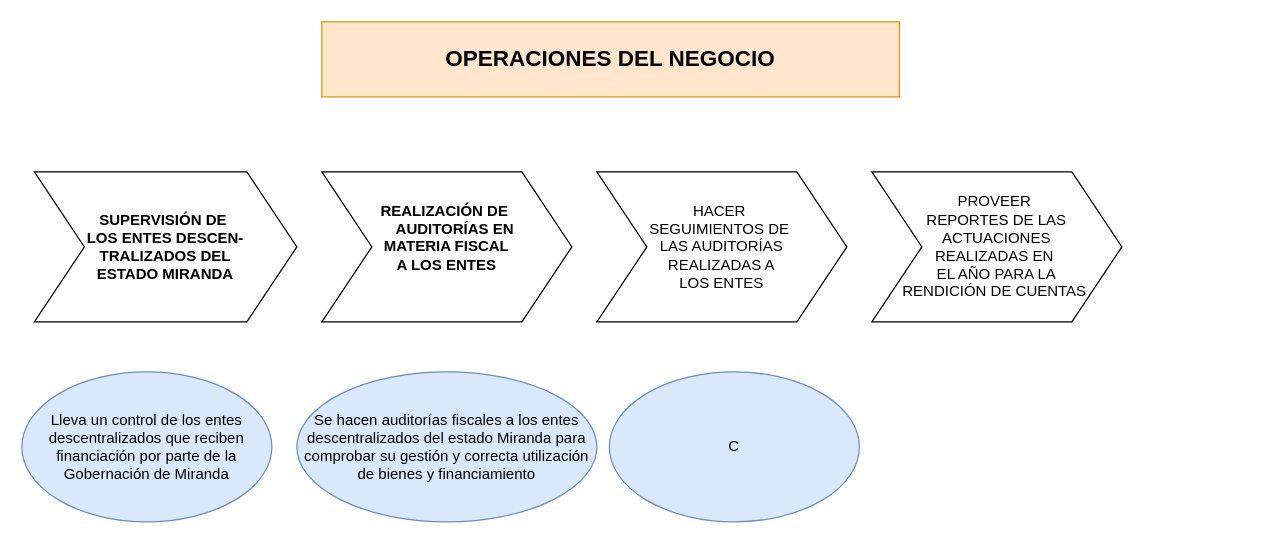
Above: cadena de valores.drawio in MirroringCode/diagramas-del-csm (draw.io), before the change. Source tidied: cells renumbered, new cells numbered last; positions are measured from the earlier drawing's top-left corner, leaving out a move shared by most shapes. Both pictures are drawn from the tidied source at 125%, with x=0, y=0 at pixel (21, 21).
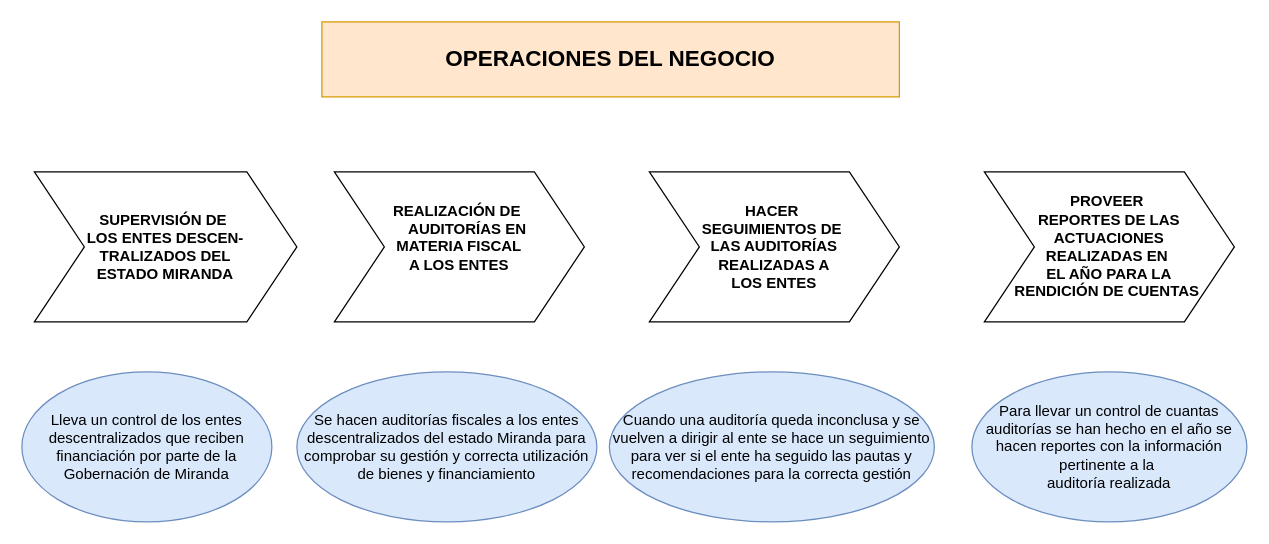
The same diagram, later.

What changed in the source:
```diff
@@
-<mxGraphModel>
+<mxGraphModel background="#ffffff">
   <root>
     <mxCell id="0" />
     <mxCell id="1" parent="0" />
     <mxCell id="2" value="&lt;font size=&quot;1&quot;&gt;&lt;b style=&quot;font-size: 18px;&quot;&gt;OPERACIONES DEL NEGOCIO&lt;/b&gt;&lt;/font&gt;" style="rounded=0;whiteSpace=wrap;html=1;fillColor=#ffe6cc;strokeColor=#d79b00;" parent="1" vertex="1">
       <mxGeometry x="240" width="462" height="60" as="geometry" />
     </mxCell>
     <mxCell id="3" value="SUPERVISIÓN DE&amp;nbsp;&lt;div&gt;LOS ENTES DESCEN-&lt;/div&gt;&lt;div&gt;TRALIZADOS DEL&lt;/div&gt;&lt;div&gt;ESTADO MIRANDA&lt;/div&gt;" style="shape=step;perimeter=stepPerimeter;whiteSpace=wrap;html=1;fixedSize=1;size=40;fontStyle=1;" parent="1" vertex="1">
       <mxGeometry x="10" y="120" width="210" height="120" as="geometry" />
     </mxCell>
     <mxCell id="4" value="REALIZACIÓN DE&amp;nbsp;&lt;div&gt;&amp;nbsp; &amp;nbsp; &amp;nbsp;AUDITORÍAS EN&amp;nbsp;&lt;/div&gt;&lt;div&gt;MATERIA FISCAL&lt;/div&gt;&lt;div&gt;A LOS ENTES&lt;/div&gt;&lt;div&gt;&lt;br&gt;&lt;/div&gt;" style="shape=step;perimeter=stepPerimeter;whiteSpace=wrap;html=1;fixedSize=1;size=40;fontStyle=1;" parent="1" vertex="1">
-      <mxGeometry x="240" y="120" width="200" height="120" as="geometry" />
+      <mxGeometry x="250" y="120" width="200" height="120" as="geometry" />
     </mxCell>
-    <mxCell id="5" value="HACER&amp;nbsp;&lt;div&gt;SEGUIMIENTOS DE&amp;nbsp;&lt;/div&gt;&lt;div&gt;LAS AUDITORÍAS&lt;/div&gt;&lt;div&gt;REALIZADAS A&lt;/div&gt;&lt;div&gt;LOS ENTES&lt;/div&gt;" style="shape=step;perimeter=stepPerimeter;whiteSpace=wrap;html=1;fixedSize=1;size=40;" parent="1" vertex="1">
-      <mxGeometry x="460" y="120" width="200" height="120" as="geometry" />
+    <mxCell id="5" value="HACER&amp;nbsp;&lt;div&gt;SEGUIMIENTOS DE&amp;nbsp;&lt;/div&gt;&lt;div&gt;LAS AUDITORÍAS&lt;/div&gt;&lt;div&gt;REALIZADAS A&lt;/div&gt;&lt;div&gt;LOS ENTES&lt;/div&gt;" style="shape=step;perimeter=stepPerimeter;whiteSpace=wrap;html=1;fixedSize=1;size=40;fontStyle=1;" parent="1" vertex="1">
+      <mxGeometry x="502" y="120" width="200" height="120" as="geometry" />
     </mxCell>
-    <mxCell id="6" value="PROVEER&amp;nbsp;&lt;div&gt;REPORTES DE LAS&lt;/div&gt;&lt;div&gt;ACTUACIONES&lt;/div&gt;&lt;div&gt;REALIZADAS EN&amp;nbsp;&lt;/div&gt;&lt;div&gt;EL AÑO&amp;nbsp;&lt;span style=&quot;background-color: initial;&quot;&gt;PARA LA&lt;/span&gt;&lt;/div&gt;&lt;div&gt;&lt;span style=&quot;background-color: initial;&quot;&gt;RENDICIÓN DE CUENTAS&amp;nbsp;&lt;/span&gt;&lt;/div&gt;" style="shape=step;perimeter=stepPerimeter;whiteSpace=wrap;html=1;fixedSize=1;size=40;" parent="1" vertex="1">
-      <mxGeometry x="680" y="120" width="200" height="120" as="geometry" />
+    <mxCell id="6" value="PROVEER&amp;nbsp;&lt;div&gt;REPORTES DE LAS&lt;/div&gt;&lt;div&gt;ACTUACIONES&lt;/div&gt;&lt;div&gt;REALIZADAS EN&amp;nbsp;&lt;/div&gt;&lt;div&gt;EL AÑO&amp;nbsp;&lt;span style=&quot;background-color: initial;&quot;&gt;PARA LA&lt;/span&gt;&lt;/div&gt;&lt;div&gt;&lt;span style=&quot;background-color: initial;&quot;&gt;RENDICIÓN DE CUENTAS&amp;nbsp;&lt;/span&gt;&lt;/div&gt;" style="shape=step;perimeter=stepPerimeter;whiteSpace=wrap;html=1;fixedSize=1;size=40;fontStyle=1;" parent="1" vertex="1">
+      <mxGeometry x="770" y="120" width="200" height="120" as="geometry" />
     </mxCell>
     <mxCell id="7" value="Lleva un control de los entes descen&lt;span style=&quot;background-color: initial;&quot;&gt;tralizados que reciben&lt;/span&gt;&lt;div&gt;financiación por parte de la Gobernación de Miranda&lt;/div&gt;" style="ellipse;whiteSpace=wrap;html=1;fillColor=#dae8fc;strokeColor=#6c8ebf;" parent="1" vertex="1">
       <mxGeometry y="280" width="200" height="120" as="geometry" />
     </mxCell>
     <mxCell id="8" value="Se hacen auditorías fiscales a los entes descentralizados del estado Miranda para comprobar su gestión y correcta utilización de bienes y financiamiento" style="ellipse;whiteSpace=wrap;html=1;fillColor=#dae8fc;strokeColor=#6c8ebf;" parent="1" vertex="1">
       <mxGeometry x="220" y="280" width="240" height="120" as="geometry" />
     </mxCell>
-    <mxCell id="9" value="C" style="ellipse;whiteSpace=wrap;html=1;fillColor=#dae8fc;strokeColor=#6c8ebf;" parent="1" vertex="1">
-      <mxGeometry x="470" y="280" width="200" height="120" as="geometry" />
+    <mxCell id="9" value="Cuando una auditoría queda inconclusa y se vuelven a dirigir al ente se hace un seguimiento para ver si el ente ha seguido las pautas y recomendaciones para la correcta gestión" style="ellipse;whiteSpace=wrap;html=1;fillColor=#dae8fc;strokeColor=#6c8ebf;" parent="1" vertex="1">
+      <mxGeometry x="470" y="280" width="260" height="120" as="geometry" />
     </mxCell>
+    <mxCell id="10" value="Para llevar un control de cuantas auditorías se han hecho en el año se hacen reportes con la información pertinente a la&amp;nbsp;&lt;div&gt;auditoría realizada&lt;/div&gt;" style="ellipse;whiteSpace=wrap;html=1;fillColor=#dae8fc;strokeColor=#6c8ebf;" parent="1" vertex="1">
+      <mxGeometry x="760" y="280" width="220" height="120" as="geometry" />
+    </mxCell>
   </root>
 </mxGraphModel>
```
